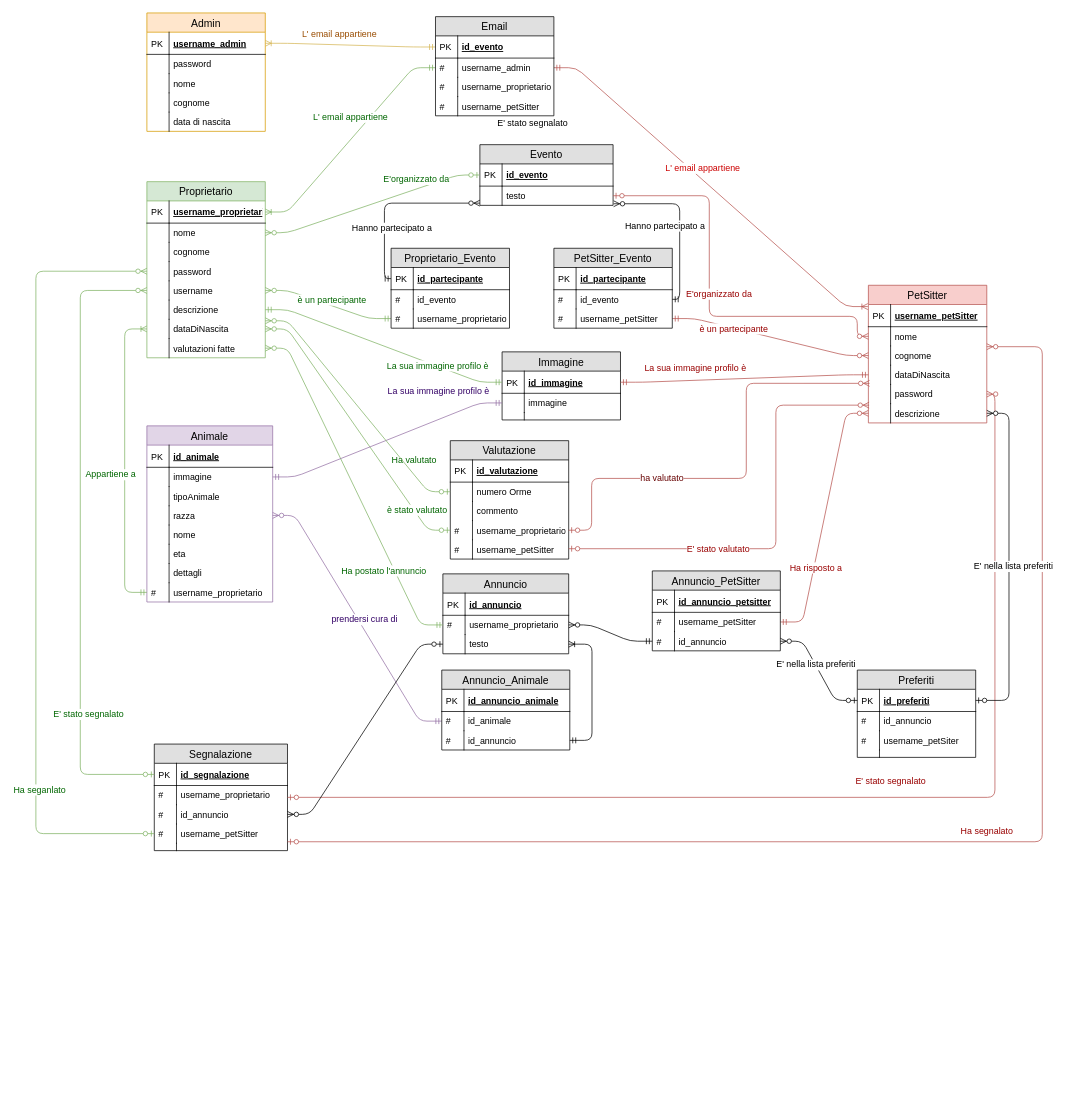
Before: docs/Relazione/EntityRelationship2.drawio in itsar19-20/pet, a draw.io diagram. Source tidied: cells renumbered, new cells numbered last; positions are measured from the earlier drawing's top-left corner, leaving out a move shared by most shapes. Both pictures are drawn from the tidied source at 74%, with x=0, y=0 at pixel (36, 13).
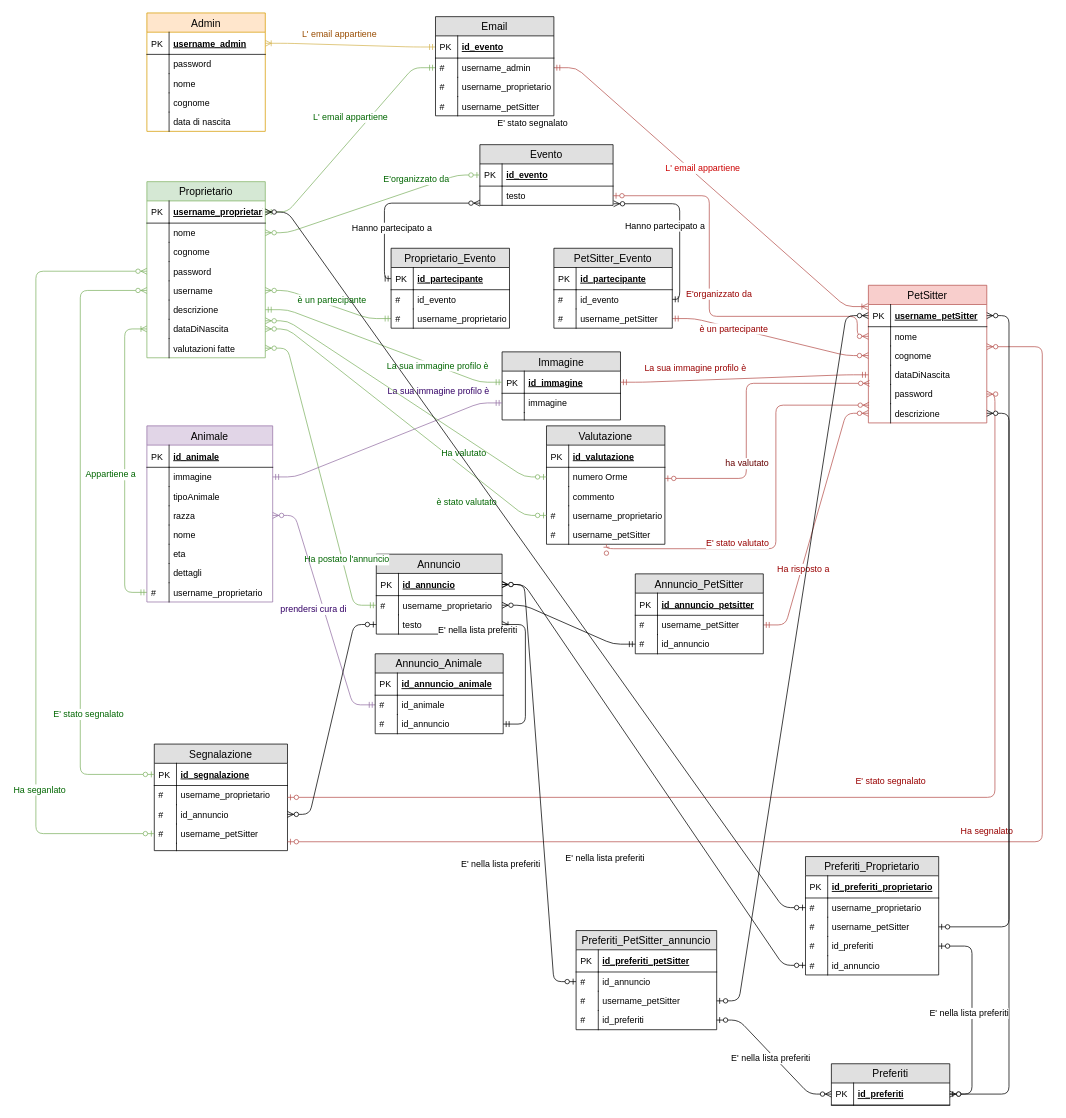
The same diagram, later.

Commit message:
EntityRelationship modifica entità Preferiti

Unchanged cells that the change refers to:
```xml
<mxCell id="3" value="username_proprietario" style="shape=partialRectangle;top=0;left=0;right=0;bottom=1;align=left;verticalAlign=middle;fillColor=none;spacingLeft=34;spacingRight=4;overflow=hidden;points=[[0,0.5],[1,0.5]];portConstraint=eastwest;fontStyle=5;fontSize=12;" parent="2" vertex="1">
  <mxGeometry y="26" width="160" height="30" as="geometry" />
</mxCell>
<mxCell id="20" value="id_annuncio" style="shape=partialRectangle;top=0;left=0;right=0;bottom=1;align=left;verticalAlign=middle;fillColor=none;spacingLeft=34;spacingRight=4;overflow=hidden;points=[[0,0.5],[1,0.5]];portConstraint=eastwest;fontStyle=5;fontSize=12;" parent="19" vertex="1">
  <mxGeometry y="26" width="170" height="30" as="geometry" />
</mxCell>
<mxCell id="80" value="numero Orme" style="shape=partialRectangle;top=0;left=0;right=0;bottom=0;align=left;verticalAlign=top;fillColor=none;spacingLeft=34;spacingRight=4;overflow=hidden;points=[[0,0.5],[1,0.5]];portConstraint=eastwest;fontSize=12;" parent="77" vertex="1">
  <mxGeometry y="56" width="160" height="26" as="geometry" />
</mxCell>
<mxCell id="84" value="username_proprietario" style="shape=partialRectangle;top=0;left=0;right=0;bottom=0;align=left;verticalAlign=top;fillColor=none;spacingLeft=34;spacingRight=4;overflow=hidden;points=[[0,0.5],[1,0.5]];portConstraint=eastwest;fontSize=12;" parent="77" vertex="1">
  <mxGeometry y="108" width="160" height="26" as="geometry" />
</mxCell>
<mxCell id="86" value="username_petSitter" style="shape=partialRectangle;top=0;left=0;right=0;bottom=0;align=left;verticalAlign=top;fillColor=none;spacingLeft=34;spacingRight=4;overflow=hidden;points=[[0,0.5],[1,0.5]];portConstraint=eastwest;fontSize=12;" parent="77" vertex="1">
  <mxGeometry y="134" width="160" height="26" as="geometry" />
</mxCell>
<mxCell id="89" value="username_petSitter" style="shape=partialRectangle;top=0;left=0;right=0;bottom=1;align=left;verticalAlign=middle;fillColor=none;spacingLeft=34;spacingRight=4;overflow=hidden;points=[[0,0.5],[1,0.5]];portConstraint=eastwest;fontStyle=5;fontSize=12;" parent="88" vertex="1">
  <mxGeometry y="26" width="160" height="30" as="geometry" />
</mxCell>
<mxCell id="95" value="dataDiNascita" style="shape=partialRectangle;top=0;left=0;right=0;bottom=0;align=left;verticalAlign=top;fillColor=none;spacingLeft=34;spacingRight=4;overflow=hidden;points=[[0,0.5],[1,0.5]];portConstraint=eastwest;fontSize=12;" parent="88" vertex="1">
  <mxGeometry y="108" width="160" height="26" as="geometry" />
</mxCell>
<mxCell id="159" value="id_annuncio" style="shape=partialRectangle;top=0;left=0;right=0;bottom=0;align=left;verticalAlign=top;fillColor=none;spacingLeft=34;spacingRight=4;overflow=hidden;points=[[0,0.5],[1,0.5]];portConstraint=eastwest;fontSize=12;" parent="154" vertex="1">
  <mxGeometry y="82" width="173" height="26" as="geometry" />
</mxCell>
<mxCell id="192" value="id_preferiti" style="shape=partialRectangle;top=0;left=0;right=0;bottom=1;align=left;verticalAlign=middle;fillColor=none;spacingLeft=34;spacingRight=4;overflow=hidden;points=[[0,0.5],[1,0.5]];portConstraint=eastwest;fontStyle=5;fontSize=12;" parent="191" vertex="1">
  <mxGeometry y="26" width="160" height="30" as="geometry" />
</mxCell>
<mxCell id="202" style="edgeStyle=entityRelationEdgeStyle;fontSize=12;html=1;endArrow=ERzeroToOne;startArrow=ERzeroToMany;startFill=1;endFill=1;" parent="1" edge="1" source="99" target="192">
  <mxGeometry relative="1" as="geometry" />
</mxCell>
```

Change to the diagram source:
```diff
@@
     <mxCell id="19" value="Annuncio" style="swimlane;fontStyle=0;horizontal=1;startSize=26;fillColor=#e0e0e0;swimlaneFillColor=#ffffff;align=center;fontSize=14;" parent="1" vertex="1">
-      <mxGeometry x="550" y="758" width="170" height="108" as="geometry" />
+      <mxGeometry x="460" y="731.4" width="170" height="108" as="geometry" />
     </mxCell>
@@
     <mxCell id="77" value="Valutazione" style="swimlane;fontStyle=0;horizontal=1;startSize=26;fillColor=#e0e0e0;swimlaneFillColor=#ffffff;align=center;fontSize=14;" parent="1" vertex="1">
-      <mxGeometry x="560" y="578" width="160" height="160" as="geometry" />
+      <mxGeometry x="690" y="558" width="160" height="160" as="geometry" />
     </mxCell>
@@
     <mxCell id="105" style="edgeStyle=orthogonalEdgeStyle;fontSize=12;html=1;endArrow=ERzeroToOne;endFill=1;fillColor=#f8cecc;strokeColor=#b85450;startArrow=ERzeroToMany;startFill=1;" parent="1" edge="1" target="86">
       <mxGeometry relative="1" as="geometry">
         <mxPoint x="1126" y="530" as="sourcePoint" />
         <Array as="points">
-          <mxPoint x="1126" y="530" />
           <mxPoint x="1000" y="530" />
           <mxPoint x="1000" y="724" />
+          <mxPoint x="771" y="724" />
         </Array>
       </mxGeometry>
     </mxCell>
@@
     <mxCell id="154" value="Annuncio_PetSitter" style="swimlane;fontStyle=0;horizontal=1;startSize=26;fillColor=#e0e0e0;swimlaneFillColor=#ffffff;align=center;fontSize=14;" parent="1" vertex="1">
-      <mxGeometry x="833" y="754" width="173" height="108" as="geometry" />
+      <mxGeometry x="810" y="758" width="173" height="108" as="geometry" />
     </mxCell>
@@
     <mxCell id="161" value="Annuncio_Animale" style="swimlane;fontStyle=0;horizontal=1;startSize=26;fillColor=#e0e0e0;swimlaneFillColor=#ffffff;align=center;fontSize=14;" parent="1" vertex="1">
-      <mxGeometry x="548.5" y="888" width="173" height="108" as="geometry" />
+      <mxGeometry x="458.5" y="866" width="173" height="108" as="geometry" />
     </mxCell>
@@
-    <mxCell id="187" style="edgeStyle=orthogonalEdgeStyle;fontSize=12;html=1;endArrow=ERzeroToOne;endFill=1;fillColor=#f8cecc;strokeColor=#b85450;startArrow=ERzeroToMany;startFill=1;entryX=1;entryY=0.5;entryDx=0;entryDy=0;exitX=0.01;exitY=0.944;exitDx=0;exitDy=0;exitPerimeter=0;" parent="1" edge="1" source="95" target="84">
+    <mxCell id="187" style="edgeStyle=orthogonalEdgeStyle;fontSize=12;html=1;endArrow=ERzeroToOne;endFill=1;fillColor=#f8cecc;strokeColor=#b85450;startArrow=ERzeroToMany;startFill=1;exitX=0.01;exitY=0.944;exitDx=0;exitDy=0;exitPerimeter=0;" parent="1" edge="1" source="95" target="80">
       <mxGeometry relative="1" as="geometry">
         <Array as="points">
           <mxPoint x="960" y="501" />
           <mxPoint x="960" y="629" />
-          <mxPoint x="751" y="629" />
-          <mxPoint x="751" y="699" />
         </Array>
       </mxGeometry>
     </mxCell>
@@
     <mxCell id="191" value="Preferiti" style="swimlane;fontStyle=0;horizontal=1;startSize=26;fillColor=#e0e0e0;swimlaneFillColor=#ffffff;align=center;fontSize=14;" parent="1" vertex="1">
-      <mxGeometry x="1110" y="888" width="160" height="118" as="geometry" />
+      <mxGeometry x="1075" y="1420" width="160" height="56" as="geometry" />
     </mxCell>
@@
-    <mxCell id="194" value="id_annuncio" style="shape=partialRectangle;top=0;left=0;right=0;bottom=0;align=left;verticalAlign=top;fillColor=none;spacingLeft=34;spacingRight=4;overflow=hidden;fontSize=12;" parent="191" vertex="1">
-      <mxGeometry y="56" width="160" height="26" as="geometry" />
-    </mxCell>
-    <mxCell id="195" value="#" style="shape=partialRectangle;top=0;left=0;bottom=0;fillColor=none;align=left;verticalAlign=top;spacingLeft=4;spacingRight=4;overflow=hidden;fontSize=12;" parent="194" vertex="1">
-      <mxGeometry width="30" height="26" as="geometry" />
-    </mxCell>
-    <mxCell id="196" value="username_petSiter" style="shape=partialRectangle;top=0;left=0;right=0;bottom=0;align=left;verticalAlign=top;fillColor=none;spacingLeft=34;spacingRight=4;overflow=hidden;fontSize=12;" parent="191" vertex="1">
-      <mxGeometry y="82" width="160" height="26" as="geometry" />
-    </mxCell>
-    <mxCell id="197" value="#" style="shape=partialRectangle;top=0;left=0;bottom=0;fillColor=none;align=left;verticalAlign=top;spacingLeft=4;spacingRight=4;overflow=hidden;fontSize=12;" parent="196" vertex="1">
-      <mxGeometry width="30" height="26" as="geometry" />
-    </mxCell>
-    <mxCell id="198" style="shape=partialRectangle;top=0;left=0;right=0;bottom=0;align=left;verticalAlign=top;fillColor=none;spacingLeft=34;spacingRight=4;overflow=hidden;fontSize=12;" parent="191" vertex="1">
-      <mxGeometry y="108" width="160" height="10" as="geometry" />
-    </mxCell>
-    <mxCell id="199" style="shape=partialRectangle;top=0;left=0;bottom=0;fillColor=none;align=left;verticalAlign=top;spacingLeft=4;spacingRight=4;overflow=hidden;fontSize=12;" parent="198" vertex="1">
-      <mxGeometry width="30" height="10" as="geometry" />
-    </mxCell>
-    <mxCell id="200" style="edgeStyle=entityRelationEdgeStyle;fontSize=12;html=1;endArrow=ERzeroToOne;startArrow=ERzeroToMany;startFill=1;endFill=1;" parent="1" edge="1" source="159" target="192">
+    <mxCell id="200" style="edgeStyle=entityRelationEdgeStyle;fontSize=12;html=1;endArrow=ERzeroToOne;startArrow=ERzeroToMany;startFill=1;endFill=1;" parent="1" edge="1" source="20" target="218">
       <mxGeometry relative="1" as="geometry" />
     </mxCell>
     <mxCell id="201" value="E' nella lista preferiti" style="text;html=1;align=center;verticalAlign=middle;labelBackgroundColor=#ffffff;" parent="200" vertex="1">
       <mxGeometry x="-0.08" y="-2" relative="1" as="geometry">
-        <mxPoint y="-5" as="offset" />
+        <mxPoint x="-49.1" y="134" as="offset" />
       </mxGeometry>
     </mxCell>
@@
-    <mxCell id="203" value="E' nella lista preferiti" style="text;html=1;align=center;verticalAlign=middle;labelBackgroundColor=#ffffff;" parent="202" vertex="1">
-      <mxGeometry x="0.02" y="5" relative="1" as="geometry" />
-    </mxCell>
+    <mxCell id="204" value="Preferiti_Proprietario" style="swimlane;fontStyle=0;horizontal=1;startSize=26;fillColor=#e0e0e0;swimlaneFillColor=#ffffff;align=center;fontSize=14;" parent="1" vertex="1">
+      <mxGeometry x="1040" y="1140" width="180" height="160" as="geometry" />
+    </mxCell>
+    <mxCell id="205" value="id_preferiti_proprietario" style="shape=partialRectangle;top=0;left=0;right=0;bottom=1;align=left;verticalAlign=middle;fillColor=none;spacingLeft=34;spacingRight=4;overflow=hidden;fontStyle=5;fontSize=12;" parent="204" vertex="1">
+      <mxGeometry y="26" width="180" height="30" as="geometry" />
+    </mxCell>
+    <mxCell id="206" value="PK" style="shape=partialRectangle;top=0;left=0;bottom=0;fillColor=none;align=left;verticalAlign=middle;spacingLeft=4;spacingRight=4;overflow=hidden;fontSize=12;" parent="205" vertex="1">
+      <mxGeometry width="30" height="30" as="geometry" />
+    </mxCell>
+    <mxCell id="207" value="username_proprietario" style="shape=partialRectangle;top=0;left=0;right=0;bottom=0;align=left;verticalAlign=top;fillColor=none;spacingLeft=34;spacingRight=4;overflow=hidden;points=[[0,0.5],[1,0.5]];portConstraint=eastwest;fontSize=12;" parent="204" vertex="1">
+      <mxGeometry y="56" width="180" height="26" as="geometry" />
+    </mxCell>
+    <mxCell id="208" value="#" style="shape=partialRectangle;top=0;left=0;bottom=0;fillColor=none;align=left;verticalAlign=top;spacingLeft=4;spacingRight=4;overflow=hidden;fontSize=12;" parent="207" vertex="1">
+      <mxGeometry width="30" height="26" as="geometry" />
+    </mxCell>
+    <mxCell id="209" value="username_petSitter" style="shape=partialRectangle;top=0;left=0;right=0;bottom=0;align=left;verticalAlign=top;fillColor=none;spacingLeft=34;spacingRight=4;overflow=hidden;points=[[0,0.5],[1,0.5]];portConstraint=eastwest;fontSize=12;" parent="204" vertex="1">
+      <mxGeometry y="82" width="180" height="26" as="geometry" />
+    </mxCell>
+    <mxCell id="210" value="#" style="shape=partialRectangle;top=0;left=0;bottom=0;fillColor=none;align=left;verticalAlign=top;spacingLeft=4;spacingRight=4;overflow=hidden;fontSize=12;" parent="209" vertex="1">
+      <mxGeometry width="30" height="26" as="geometry" />
+    </mxCell>
+    <mxCell id="211" value="id_preferiti" style="shape=partialRectangle;top=0;left=0;right=0;bottom=0;align=left;verticalAlign=top;fillColor=none;spacingLeft=34;spacingRight=4;overflow=hidden;points=[[0,0.5],[1,0.5]];portConstraint=eastwest;fontSize=12;" parent="204" vertex="1">
+      <mxGeometry y="108" width="180" height="26" as="geometry" />
+    </mxCell>
+    <mxCell id="212" value="#" style="shape=partialRectangle;top=0;left=0;bottom=0;fillColor=none;align=left;verticalAlign=top;spacingLeft=4;spacingRight=4;overflow=hidden;fontSize=12;" parent="211" vertex="1">
+      <mxGeometry width="30" height="26" as="geometry" />
+    </mxCell>
+    <mxCell id="213" value="id_annuncio" style="shape=partialRectangle;top=0;left=0;right=0;bottom=0;align=left;verticalAlign=top;fillColor=none;spacingLeft=34;spacingRight=4;overflow=hidden;points=[[0,0.5],[1,0.5]];portConstraint=eastwest;fontSize=12;" parent="204" vertex="1">
+      <mxGeometry y="134" width="180" height="26" as="geometry" />
+    </mxCell>
+    <mxCell id="214" value="#" style="shape=partialRectangle;top=0;left=0;bottom=0;fillColor=none;align=left;verticalAlign=top;spacingLeft=4;spacingRight=4;overflow=hidden;fontSize=12;" parent="213" vertex="1">
+      <mxGeometry width="30" height="26" as="geometry" />
+    </mxCell>
+    <mxCell id="215" value="Preferiti_PetSitter_annuncio" style="swimlane;fontStyle=0;horizontal=1;startSize=26;fillColor=#e0e0e0;swimlaneFillColor=#ffffff;align=center;fontSize=14;" parent="1" vertex="1">
+      <mxGeometry x="730" y="1240" width="190" height="134" as="geometry" />
+    </mxCell>
+    <mxCell id="216" value="id_preferiti_petSitter" style="shape=partialRectangle;top=0;left=0;right=0;bottom=1;align=left;verticalAlign=middle;fillColor=none;spacingLeft=34;spacingRight=4;overflow=hidden;fontStyle=5;fontSize=12;" parent="215" vertex="1">
+      <mxGeometry y="26" width="190" height="30" as="geometry" />
+    </mxCell>
+    <mxCell id="217" value="PK" style="shape=partialRectangle;top=0;left=0;bottom=0;fillColor=none;align=left;verticalAlign=middle;spacingLeft=4;spacingRight=4;overflow=hidden;fontSize=12;" parent="216" vertex="1">
+      <mxGeometry width="30" height="30" as="geometry" />
+    </mxCell>
+    <mxCell id="218" value="id_annuncio" style="shape=partialRectangle;top=0;left=0;right=0;bottom=0;align=left;verticalAlign=top;fillColor=none;spacingLeft=34;spacingRight=4;overflow=hidden;points=[[0,0.5],[1,0.5]];portConstraint=eastwest;fontSize=12;" parent="215" vertex="1">
+      <mxGeometry y="56" width="190" height="26" as="geometry" />
+    </mxCell>
+    <mxCell id="219" value="#" style="shape=partialRectangle;top=0;left=0;bottom=0;fillColor=none;align=left;verticalAlign=top;spacingLeft=4;spacingRight=4;overflow=hidden;fontSize=12;" parent="218" vertex="1">
+      <mxGeometry width="30" height="26" as="geometry" />
+    </mxCell>
+    <mxCell id="220" value="username_petSitter" style="shape=partialRectangle;top=0;left=0;right=0;bottom=0;align=left;verticalAlign=top;fillColor=none;spacingLeft=34;spacingRight=4;overflow=hidden;points=[[0,0.5],[1,0.5]];portConstraint=eastwest;fontSize=12;" parent="215" vertex="1">
+      <mxGeometry y="82" width="190" height="26" as="geometry" />
+    </mxCell>
+    <mxCell id="221" value="#" style="shape=partialRectangle;top=0;left=0;bottom=0;fillColor=none;align=left;verticalAlign=top;spacingLeft=4;spacingRight=4;overflow=hidden;fontSize=12;" parent="220" vertex="1">
+      <mxGeometry width="30" height="26" as="geometry" />
+    </mxCell>
+    <mxCell id="222" value="id_preferiti" style="shape=partialRectangle;top=0;left=0;right=0;bottom=0;align=left;verticalAlign=top;fillColor=none;spacingLeft=34;spacingRight=4;overflow=hidden;points=[[0,0.5],[1,0.5]];portConstraint=eastwest;fontSize=12;" parent="215" vertex="1">
+      <mxGeometry y="108" width="190" height="26" as="geometry" />
+    </mxCell>
+    <mxCell id="223" value="#" style="shape=partialRectangle;top=0;left=0;bottom=0;fillColor=none;align=left;verticalAlign=top;spacingLeft=4;spacingRight=4;overflow=hidden;fontSize=12;" parent="222" vertex="1">
+      <mxGeometry width="30" height="26" as="geometry" />
+    </mxCell>
+    <mxCell id="224" style="edgeStyle=entityRelationEdgeStyle;fontSize=12;html=1;endArrow=ERzeroToOne;startArrow=ERzeroToMany;startFill=1;endFill=1;" parent="1" edge="1" source="89" target="220">
+      <mxGeometry relative="1" as="geometry" />
+    </mxCell>
+    <mxCell id="225" style="edgeStyle=entityRelationEdgeStyle;fontSize=12;html=1;endArrow=ERzeroToOne;startArrow=ERzeroToMany;startFill=1;endFill=1;" parent="1" edge="1" source="192" target="222">
+      <mxGeometry relative="1" as="geometry" />
+    </mxCell>
+    <mxCell id="226" value="E' nella lista preferiti" style="text;html=1;align=center;verticalAlign=middle;labelBackgroundColor=#ffffff;" parent="225" vertex="1">
+      <mxGeometry x="0.02" y="5" relative="1" as="geometry" />
+    </mxCell>
+    <mxCell id="227" style="edgeStyle=entityRelationEdgeStyle;fontSize=12;html=1;endArrow=ERzeroToOne;startArrow=ERzeroToMany;startFill=1;endFill=1;" parent="1" edge="1" source="192" target="211">
+      <mxGeometry relative="1" as="geometry" />
+    </mxCell>
+    <mxCell id="228" value="E' nella lista preferiti" style="text;html=1;align=center;verticalAlign=middle;labelBackgroundColor=#ffffff;" parent="227" vertex="1">
+      <mxGeometry x="0.02" y="5" relative="1" as="geometry" />
+    </mxCell>
+    <mxCell id="229" style="edgeStyle=entityRelationEdgeStyle;fontSize=12;html=1;endArrow=ERzeroToOne;startArrow=ERzeroToMany;startFill=1;endFill=1;" parent="1" edge="1" source="89" target="209">
+      <mxGeometry relative="1" as="geometry" />
+    </mxCell>
+    <mxCell id="230" style="edgeStyle=entityRelationEdgeStyle;fontSize=12;html=1;endArrow=ERzeroToOne;startArrow=ERzeroToMany;startFill=1;endFill=1;" parent="1" edge="1" source="3" target="207">
+      <mxGeometry relative="1" as="geometry" />
+    </mxCell>
+    <mxCell id="231" value="E' nella lista preferiti" style="text;html=1;align=center;verticalAlign=middle;labelBackgroundColor=#ffffff;" parent="230" vertex="1">
+      <mxGeometry x="-0.08" y="-2" relative="1" as="geometry">
+        <mxPoint x="-49.1" y="134" as="offset" />
+      </mxGeometry>
+    </mxCell>
+    <mxCell id="232" style="edgeStyle=entityRelationEdgeStyle;fontSize=12;html=1;endArrow=ERzeroToOne;startArrow=ERzeroToMany;startFill=1;endFill=1;" parent="1" edge="1" source="20" target="213">
+      <mxGeometry relative="1" as="geometry" />
+    </mxCell>
+    <mxCell id="233" value="E' nella lista preferiti" style="text;html=1;align=center;verticalAlign=middle;labelBackgroundColor=#ffffff;" parent="232" vertex="1">
+      <mxGeometry x="-0.08" y="-2" relative="1" as="geometry">
+        <mxPoint x="-49.1" y="134" as="offset" />
+      </mxGeometry>
+    </mxCell>
```
